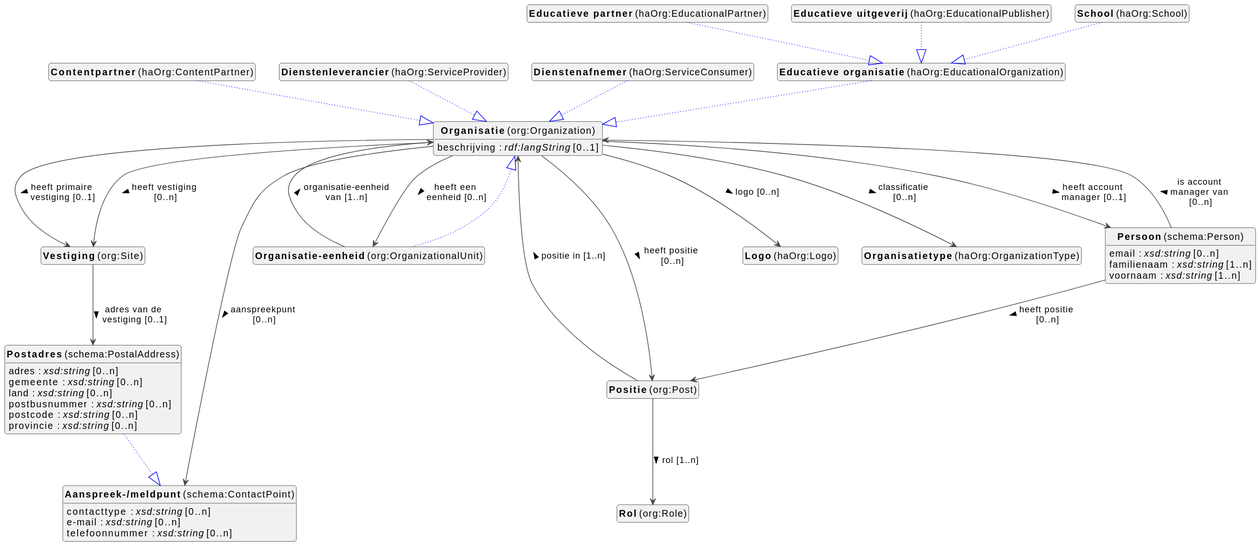
The PlantUML diagram docs/metadata/modellen/0.0.1/organization/nl/organization-diagram.svg in viaacode/documentation-jekyll, before a commit.
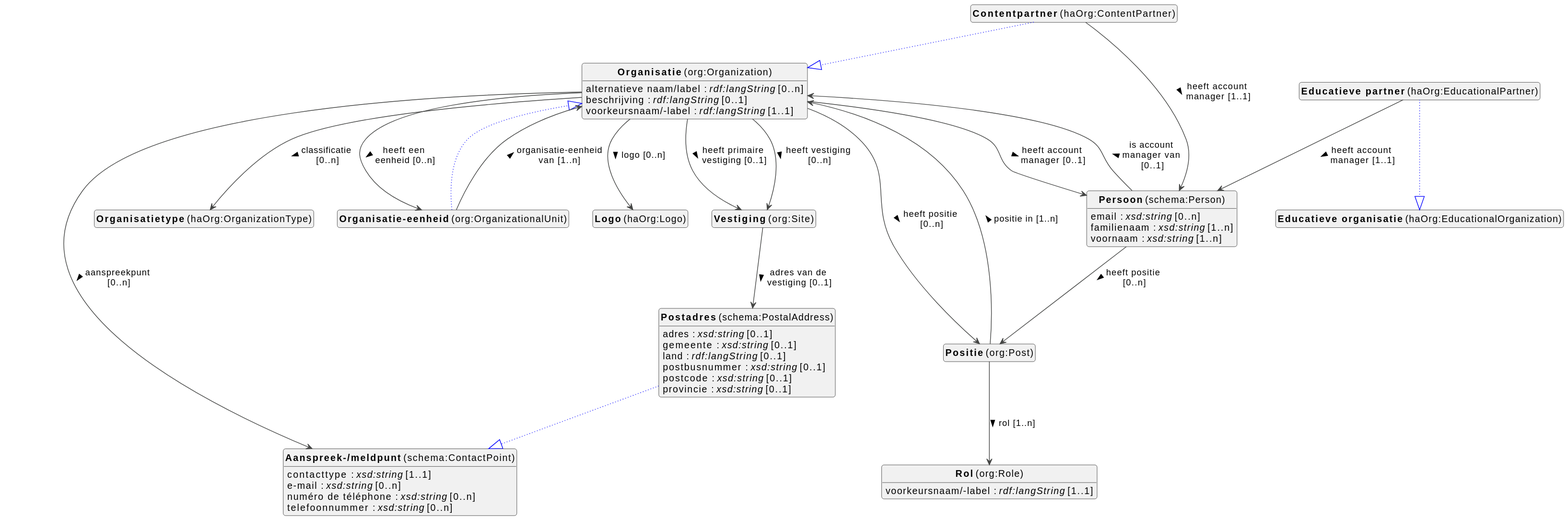
Later version of the same file.

The edit, as a diff of the source:
```diff
@@ -13,17 +13,7 @@
 class "<b>Organisatie</b> (org:Organization)" as org_Organization [[#org%3AOrganization]]
 class "<b>Contentpartner</b> (haOrg:ContentPartner)" as haOrg_ContentPartner [[#haOrg%3AContentPartner]]
 class "<b>Organisatie</b> (org:Organization)" as org_Organization [[#org%3AOrganization]]
-class "<b>Dienstenleverancier</b> (haOrg:ServiceProvider)" as haOrg_ServiceProvider [[#haOrg%3AServiceProvider]]
-class "<b>Organisatie</b> (org:Organization)" as org_Organization [[#org%3AOrganization]]
-class "<b>Dienstenafnemer</b> (haOrg:ServiceConsumer)" as haOrg_ServiceConsumer [[#haOrg%3AServiceConsumer]]
-class "<b>Organisatie</b> (org:Organization)" as org_Organization [[#org%3AOrganization]]
-class "<b>Educatieve organisatie</b> (haOrg:EducationalOrganization)" as haOrg_EducationalOrganization [[#haOrg%3AEducationalOrganization]]
-class "<b>Organisatie</b> (org:Organization)" as org_Organization [[#org%3AOrganization]]
 class "<b>Educatieve partner</b> (haOrg:EducationalPartner)" as haOrg_EducationalPartner [[#haOrg%3AEducationalPartner]]
-class "<b>Educatieve organisatie</b> (haOrg:EducationalOrganization)" as haOrg_EducationalOrganization [[#haOrg%3AEducationalOrganization]]
-class "<b>Educatieve uitgeverij</b> (haOrg:EducationalPublisher)" as haOrg_EducationalPublisher [[#haOrg%3AEducationalPublisher]]
-class "<b>Educatieve organisatie</b> (haOrg:EducationalOrganization)" as haOrg_EducationalOrganization [[#haOrg%3AEducationalOrganization]]
-class "<b>School</b> (haOrg:School)" as haOrg_School [[#haOrg%3ASchool]]
 class "<b>Educatieve organisatie</b> (haOrg:EducationalOrganization)" as haOrg_EducationalOrganization [[#haOrg%3AEducationalOrganization]]
 class "<b>Vestiging</b> (org:Site)" as org_Site [[#org%3ASite]]
 class "<b>Positie</b> (org:Post)" as org_Post [[#org%3APost]]
@@ -32,12 +22,14 @@
 class "<b>Postadres</b> (schema:PostalAddress)" as schema_PostalAddress [[#schema%3APostalAddress]]
 class "<b>Aanspreek-/meldpunt</b> (schema:ContactPoint)" as schema_ContactPoint [[#schema%3AContactPoint]]
 class "<b>Aanspreek-/meldpunt</b> (schema:ContactPoint)" as schema_ContactPoint [[#schema%3AContactPoint]]
+class "<b>Organisatietype</b> (haOrg:OrganizationType)" as haOrg_OrganizationType [[#haOrg%3AOrganizationType]]
 class "<b>Logo</b> (haOrg:Logo)" as haOrg_Logo [[#haOrg%3ALogo]]
-class "<b>Organisatietype</b> (haOrg:OrganizationType)" as haOrg_OrganizationType [[#haOrg%3AOrganizationType]]
 
 
 
 org_Organization --> schema_ContactPoint : aanspreekpunt [0..n] >
+org_Organization : alternatieve naam/label : <i>rdf:langString</i> [0..n]
+
 org_Organization : beschrijving : <i>rdf:langString</i> [0..1]
 
 
@@ -55,6 +47,8 @@
 
 
 org_Organization --> haOrg_Logo : logo [0..n] >
+org_Organization : voorkeursnaam/-label : <i>rdf:langString</i> [1..1]
+
 
 org_OrganizationalUnit --|> org_Organization #blue;line.dotted;text:blue
 
@@ -64,23 +58,12 @@
 haOrg_ContentPartner --|> org_Organization #blue;line.dotted;text:blue
 
 
-haOrg_ServiceProvider --|> org_Organization #blue;line.dotted;text:blue
-
-
-haOrg_ServiceConsumer --|> org_Organization #blue;line.dotted;text:blue
-
-
-haOrg_EducationalOrganization --|> org_Organization #blue;line.dotted;text:blue
-
+haOrg_ContentPartner --> schema_Person : heeft account manager [1..1] >
 
 haOrg_EducationalPartner --|> haOrg_EducationalOrganization #blue;line.dotted;text:blue
 
 
-haOrg_EducationalPublisher --|> haOrg_EducationalOrganization #blue;line.dotted;text:blue
-
-
-haOrg_School --|> haOrg_EducationalOrganization #blue;line.dotted;text:blue
-
+haOrg_EducationalPartner --> schema_Person : heeft account manager [1..1] >
 
 
 
@@ -93,6 +76,8 @@
 org_Post --> org_Role : rol [1..n] >
 
 
+org_Role : voorkeursnaam/-label : <i>rdf:langString</i> [1..1]
+
 
 
 schema_Person : email : <i>xsd:string</i> [0..n]
@@ -102,29 +87,31 @@
 
 schema_Person --> org_Post : heeft positie [0..n] >
 
-schema_Person --> org_Organization : is account manager van [0..n] >
+schema_Person --> org_Organization : is account manager van [0..1] >
 schema_Person : voornaam : <i>xsd:string</i> [1..n]
 
 
 schema_PostalAddress --|> schema_ContactPoint #blue;line.dotted;text:blue
 
-schema_PostalAddress : adres : <i>xsd:string</i> [0..n]
+schema_PostalAddress : adres : <i>xsd:string</i> [0..1]
 
-schema_PostalAddress : gemeente : <i>xsd:string</i> [0..n]
+schema_PostalAddress : gemeente : <i>xsd:string</i> [0..1]
 
-schema_PostalAddress : land : <i>xsd:string</i> [0..n]
+schema_PostalAddress : land : <i>rdf:langString</i> [0..1]
 
-schema_PostalAddress : postbusnummer : <i>xsd:string</i> [0..n]
+schema_PostalAddress : postbusnummer : <i>xsd:string</i> [0..1]
 
-schema_PostalAddress : postcode : <i>xsd:string</i> [0..n]
+schema_PostalAddress : postcode : <i>xsd:string</i> [0..1]
 
-schema_PostalAddress : provincie : <i>xsd:string</i> [0..n]
+schema_PostalAddress : provincie : <i>xsd:string</i> [0..1]
 
 
 
-schema_ContactPoint : contacttype : <i>xsd:string</i> [0..n]
+schema_ContactPoint : contacttype : <i>xsd:string</i> [1..1]
 
 schema_ContactPoint : e-mail : <i>xsd:string</i> [0..n]
+
+schema_ContactPoint : numéro de téléphone : <i>xsd:string</i> [0..n]
 
 schema_ContactPoint : telefoonnummer : <i>xsd:string</i> [0..n]
 
```
